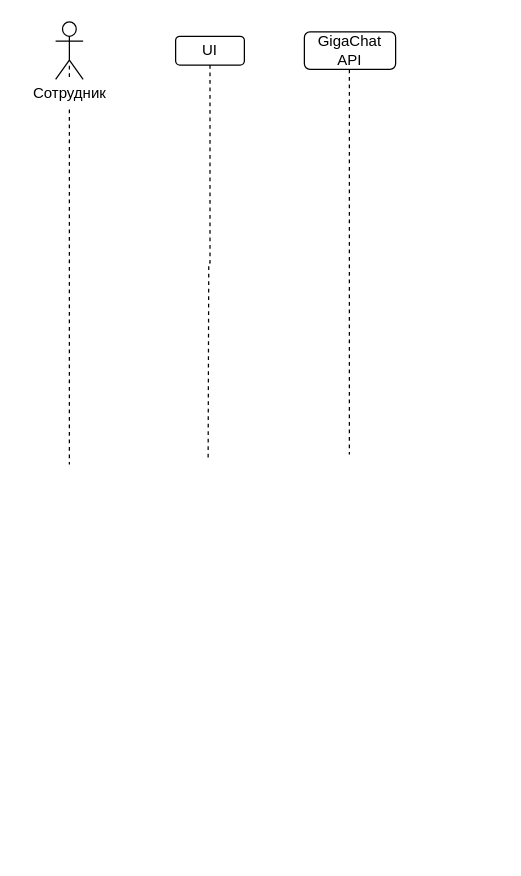
Earlier version of the draw.io diagram page "последовательности" (2 of 2) of 4 FOURTH COURSE/Semester 8/Диплом/Диаграмма без названия.drawio (egorbeckish/Baccalaureate). Source tidied: cells renumbered, new cells numbered last; positions are measured from the earlier drawing's top-left corner, leaving out a move shared by most shapes. Both pictures are drawn from the tidied source at 125%, with x=0, y=0 at pixel (21, 21).
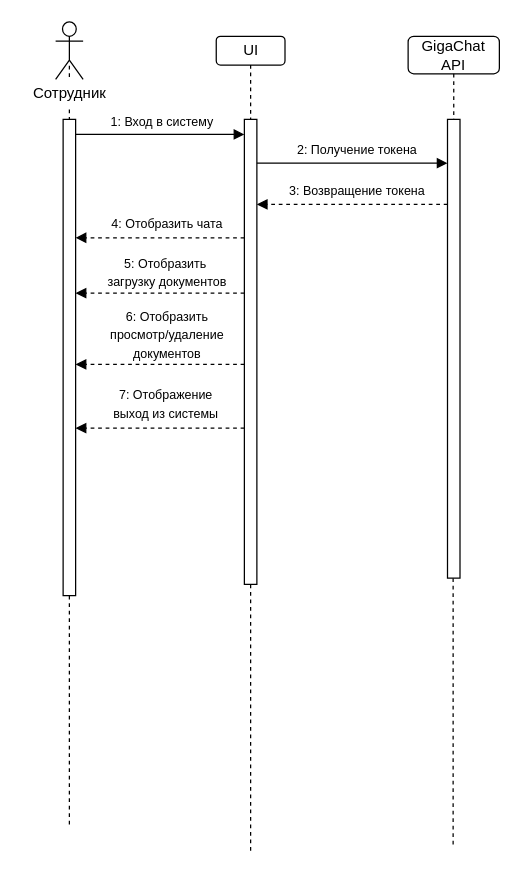
The same diagram, later.

The change refers to these unchanged cells:
```xml
<mxCell id="5" value="Сотрудник" style="text;html=1;align=center;verticalAlign=middle;points=[];strokeColor=none;fillColor=none;" parent="1" vertex="1">
  <mxGeometry y="44" width="76" height="26" as="geometry" />
</mxCell>
```

What changed in the source:
```diff
@@
-    <mxCell id="4" style="edgeStyle=orthogonalEdgeStyle;rounded=0;jettySize=auto;html=1;dashed=1;endArrow=none;startFill=0;" parent="1" edge="1" source="5">
+    <mxCell id="4" style="edgeStyle=orthogonalEdgeStyle;rounded=0;jettySize=auto;html=1;dashed=1;endArrow=none;startFill=0;" parent="1" edge="1" source="11">
       <mxGeometry relative="1" as="geometry">
-        <mxPoint x="38" y="354" as="targetPoint" />
+        <mxPoint x="38" y="643" as="targetPoint" />
+        <Array as="points">
+          <mxPoint x="38" y="326" />
+          <mxPoint x="39" y="326" />
+          <mxPoint x="39" y="490" />
+        </Array>
       </mxGeometry>
     </mxCell>
@@
-    <mxCell id="6" style="edgeStyle=orthogonalEdgeStyle;rounded=0;jettySize=auto;html=1;dashed=1;endArrow=none;startFill=0;" parent="1" edge="1" source="7">
+    <mxCell id="6" style="edgeStyle=orthogonalEdgeStyle;rounded=0;jettySize=auto;html=1;dashed=1;endArrow=none;startFill=0;" parent="1" edge="1" source="13">
       <mxGeometry relative="1" as="geometry">
-        <mxPoint x="149" y="351" as="targetPoint" />
+        <mxPoint x="183" y="665" as="targetPoint" />
+        <Array as="points">
+          <mxPoint x="183" y="514" />
+        </Array>
       </mxGeometry>
     </mxCell>
     <mxCell id="7" value="UI" style="rounded=1;whiteSpace=wrap;html=1;" parent="1" vertex="1">
-      <mxGeometry x="123" y="11.5" width="55" height="23" as="geometry" />
+      <mxGeometry x="155.5" y="11.5" width="55" height="23" as="geometry" />
     </mxCell>
-    <mxCell id="8" style="edgeStyle=orthogonalEdgeStyle;rounded=0;jettySize=auto;html=1;endArrow=none;startFill=0;dashed=1;" parent="1" edge="1" source="9">
+    <mxCell id="8" style="edgeStyle=orthogonalEdgeStyle;rounded=0;jettySize=auto;html=1;endArrow=none;startFill=0;dashed=1;" parent="1" edge="1" source="15">
       <mxGeometry relative="1" as="geometry">
-        <mxPoint x="262" y="346" as="targetPoint" />
+        <mxPoint x="345" y="660" as="targetPoint" />
+        <Array as="points">
+          <mxPoint x="345" y="482" />
+        </Array>
       </mxGeometry>
     </mxCell>
     <mxCell id="9" value="GigaChat API" style="rounded=1;whiteSpace=wrap;html=1;" parent="1" vertex="1">
-      <mxGeometry x="226" y="8" width="73" height="30" as="geometry" />
+      <mxGeometry x="309" y="11.5" width="73" height="30" as="geometry" />
     </mxCell>
+    <mxCell id="10" style="edgeStyle=orthogonalEdgeStyle;rounded=0;jettySize=auto;html=1;dashed=1;endArrow=none;startFill=0;" parent="1" edge="1" source="5" target="11">
+      <mxGeometry relative="1" as="geometry">
+        <Array as="points">
+          <mxPoint x="36" y="103" />
+          <mxPoint x="36" y="103" />
+        </Array>
+      </mxGeometry>
+    </mxCell>
+    <mxCell id="11" style="html=1;points=[[0,0,0,0,5],[0,1,0,0,-5],[1,0,0,0,5],[1,1,0,0,-5]];perimeter=orthogonalPerimeter;outlineConnect=0;targetShapes=umlLifeline;portConstraint=eastwest;newEdgeStyle={&quot;curved&quot;:0,&quot;rounded&quot;:0};" parent="1" vertex="1">
+      <mxGeometry x="33" y="78" width="10" height="381" as="geometry" />
+    </mxCell>
+    <mxCell id="12" style="edgeStyle=orthogonalEdgeStyle;rounded=0;jettySize=auto;html=1;dashed=1;endArrow=none;startFill=0;" parent="1" edge="1" source="7" target="13">
+      <mxGeometry relative="1" as="geometry">
+        <Array as="points">
+          <mxPoint x="183" y="201" />
+          <mxPoint x="183" y="201" />
+        </Array>
+      </mxGeometry>
+    </mxCell>
+    <mxCell id="13" style="html=1;points=[[0,0,0,0,5],[0,1,0,0,-5],[1,0,0,0,5],[1,1,0,0,-5]];perimeter=orthogonalPerimeter;outlineConnect=0;targetShapes=umlLifeline;portConstraint=eastwest;newEdgeStyle={&quot;curved&quot;:0,&quot;rounded&quot;:0};" parent="1" vertex="1">
+      <mxGeometry x="178" y="78" width="10" height="372" as="geometry" />
+    </mxCell>
+    <mxCell id="14" style="edgeStyle=orthogonalEdgeStyle;rounded=0;jettySize=auto;html=1;endArrow=none;startFill=0;dashed=1;" parent="1" edge="1" source="9" target="15">
+      <mxGeometry relative="1" as="geometry">
+        <Array as="points">
+          <mxPoint x="345" y="176" />
+          <mxPoint x="345" y="176" />
+        </Array>
+      </mxGeometry>
+    </mxCell>
+    <mxCell id="15" style="html=1;points=[[0,0,0,0,5],[0,1,0,0,-5],[1,0,0,0,5],[1,1,0,0,-5]];perimeter=orthogonalPerimeter;outlineConnect=0;targetShapes=umlLifeline;portConstraint=eastwest;newEdgeStyle={&quot;curved&quot;:0,&quot;rounded&quot;:0};" parent="1" vertex="1">
+      <mxGeometry x="340.5" y="78" width="10" height="367" as="geometry" />
+    </mxCell>
+    <mxCell id="16" style="endArrow=block;html=1;rounded=0;endFill=1;entryX=0;entryY=0.071;entryDx=0;entryDy=0;entryPerimeter=0;" parent="1" edge="1">
+      <mxGeometry relative="1" as="geometry">
+        <mxPoint x="43" y="90" as="sourcePoint" />
+        <mxPoint x="178" y="90" as="targetPoint" />
+      </mxGeometry>
+    </mxCell>
+    <mxCell id="17" value="&lt;font style=&quot;font-size: 10px;&quot;&gt;1: Вход в систему&lt;/font&gt;" style="text;html=1;align=center;verticalAlign=middle;strokeColor=none;fillColor=none;" parent="1" vertex="1">
+      <mxGeometry x="61.5" y="67" width="100" height="26" as="geometry" />
+    </mxCell>
+    <mxCell id="18" style="endArrow=block;html=1;rounded=0;endFill=1;dashed=1;" parent="1" edge="1">
+      <mxGeometry relative="1" as="geometry">
+        <mxPoint x="340.5" y="146" as="sourcePoint" />
+        <mxPoint x="188" y="146" as="targetPoint" />
+      </mxGeometry>
+    </mxCell>
+    <mxCell id="19" value="&lt;font style=&quot;font-size: 10px;&quot;&gt;3: Возвращение токена&lt;/font&gt;" style="text;html=1;align=center;verticalAlign=middle;strokeColor=none;fillColor=none;" parent="1" vertex="1">
+      <mxGeometry x="204" y="122" width="127" height="26" as="geometry" />
+    </mxCell>
+    <mxCell id="20" style="endArrow=block;html=1;rounded=0;endFill=1;" parent="1" edge="1" target="15">
+      <mxGeometry relative="1" as="geometry">
+        <mxPoint x="188" y="113" as="sourcePoint" />
+      </mxGeometry>
+    </mxCell>
+    <mxCell id="21" value="&lt;font style=&quot;font-size: 10px;&quot;&gt;2: Получение токена&lt;/font&gt;" style="text;html=1;align=center;verticalAlign=middle;strokeColor=none;fillColor=none;" parent="1" vertex="1">
+      <mxGeometry x="210.5" y="89" width="114" height="26" as="geometry" />
+    </mxCell>
+    <mxCell id="22" style="endArrow=block;html=1;rounded=0;endFill=1;dashed=1;entryX=1;entryY=0.351;entryDx=0;entryDy=0;entryPerimeter=0;" parent="1" edge="1">
+      <mxGeometry relative="1" as="geometry">
+        <mxPoint x="178" y="172.7" as="sourcePoint" />
+        <mxPoint x="43" y="172.7" as="targetPoint" />
+      </mxGeometry>
+    </mxCell>
+    <mxCell id="23" value="&lt;font style=&quot;font-size: 10px;&quot;&gt;4: Отобразить чата&lt;/font&gt;" style="text;html=1;align=center;verticalAlign=middle;strokeColor=none;fillColor=none;" parent="1" vertex="1">
+      <mxGeometry x="62" y="148" width="107" height="26" as="geometry" />
+    </mxCell>
+    <mxCell id="24" style="endArrow=block;html=1;rounded=0;endFill=1;dashed=1;entryX=1;entryY=0.351;entryDx=0;entryDy=0;entryPerimeter=0;" parent="1" edge="1">
+      <mxGeometry relative="1" as="geometry">
+        <mxPoint x="178" y="217" as="sourcePoint" />
+        <mxPoint x="43" y="217" as="targetPoint" />
+      </mxGeometry>
+    </mxCell>
+    <mxCell id="25" value="&lt;font style=&quot;font-size: 10px;&quot;&gt;5: Отобразить&amp;nbsp;&lt;/font&gt;&lt;div&gt;&lt;font style=&quot;font-size: 10px;&quot;&gt;загрузку документов&lt;/font&gt;&lt;/div&gt;" style="text;html=1;align=center;verticalAlign=middle;strokeColor=none;fillColor=none;" parent="1" vertex="1">
+      <mxGeometry x="59" y="179" width="113" height="41" as="geometry" />
+    </mxCell>
+    <mxCell id="26" style="endArrow=block;html=1;rounded=0;endFill=1;dashed=1;entryX=1;entryY=0.351;entryDx=0;entryDy=0;entryPerimeter=0;" parent="1" edge="1">
+      <mxGeometry relative="1" as="geometry">
+        <mxPoint x="178" y="274" as="sourcePoint" />
+        <mxPoint x="43" y="274" as="targetPoint" />
+      </mxGeometry>
+    </mxCell>
+    <mxCell id="27" value="&lt;font style=&quot;font-size: 10px;&quot;&gt;6: Отобразить&lt;/font&gt;&lt;div&gt;&lt;font style=&quot;font-size: 10px;&quot;&gt;просмотр/удаление&lt;/font&gt;&lt;/div&gt;&lt;div&gt;&lt;font style=&quot;font-size: 10px;&quot;&gt;документов&lt;/font&gt;&lt;/div&gt;" style="text;html=1;align=center;verticalAlign=middle;strokeColor=none;fillColor=none;" parent="1" vertex="1">
+      <mxGeometry x="61" y="222" width="109" height="55" as="geometry" />
+    </mxCell>
+    <mxCell id="28" style="endArrow=block;html=1;rounded=0;endFill=1;dashed=1;entryX=1;entryY=0.351;entryDx=0;entryDy=0;entryPerimeter=0;" parent="1" edge="1">
+      <mxGeometry relative="1" as="geometry">
+        <mxPoint x="178" y="325" as="sourcePoint" />
+        <mxPoint x="43" y="325" as="targetPoint" />
+      </mxGeometry>
+    </mxCell>
+    <mxCell id="29" value="&lt;font style=&quot;font-size: 10px;&quot;&gt;7: Отображение&lt;/font&gt;&lt;div&gt;&lt;font style=&quot;font-size: 10px;&quot;&gt;выход из системы&lt;/font&gt;&lt;/div&gt;" style="text;html=1;align=center;verticalAlign=middle;strokeColor=none;fillColor=none;" parent="1" vertex="1">
+      <mxGeometry x="64" y="284" width="102" height="41" as="geometry" />
+    </mxCell>
```
